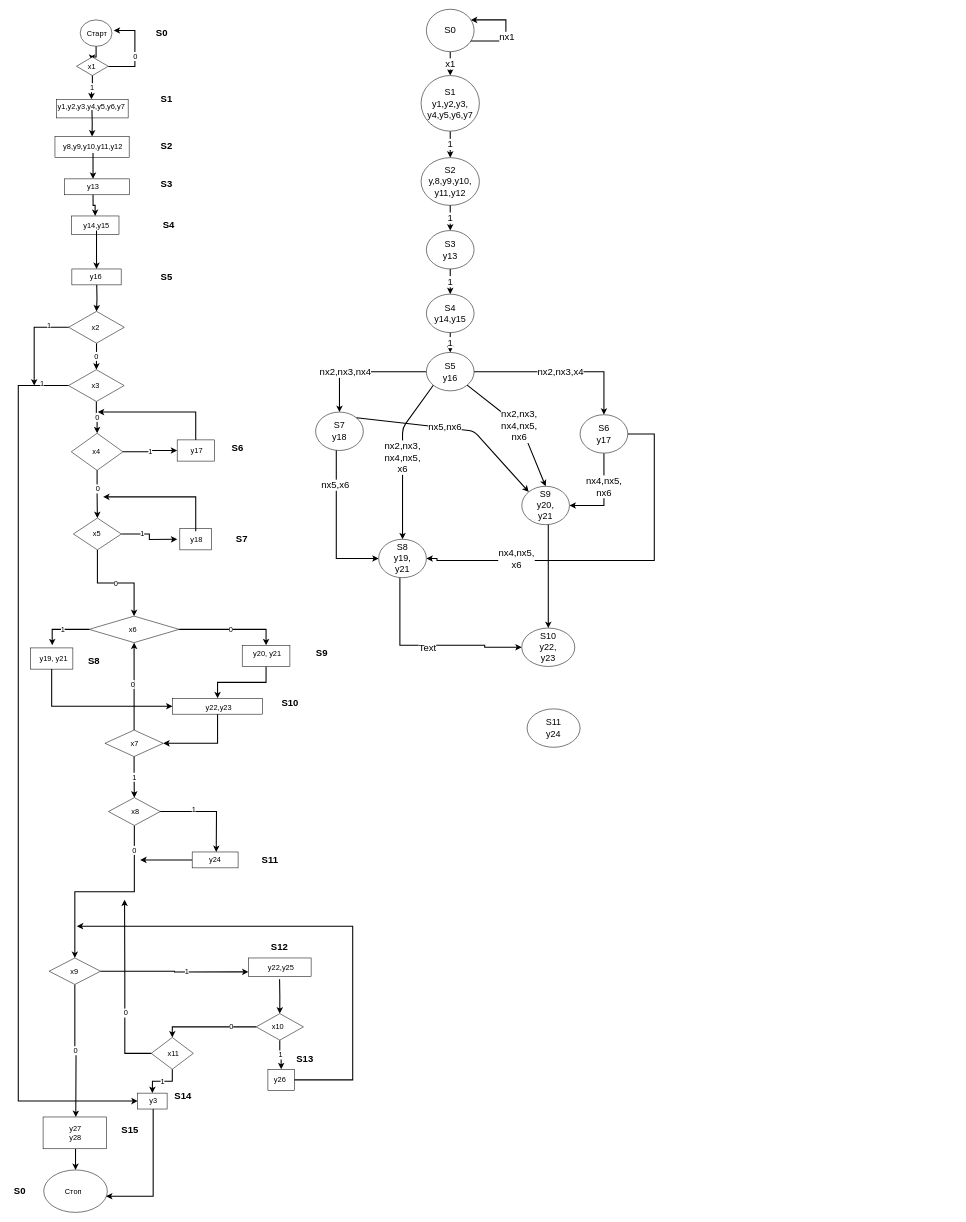
This is BTDLab2/asdn.drawio from Paremir/Asp.Net-1, a draw.io file, before an edit. Source tidied: cells renumbered, new cells numbered last; positions are measured from the earlier drawing's top-left corner, leaving out a move shared by most shapes. Both pictures are drawn from the tidied source at 53%, with x=0, y=0 at pixel (9, 9).
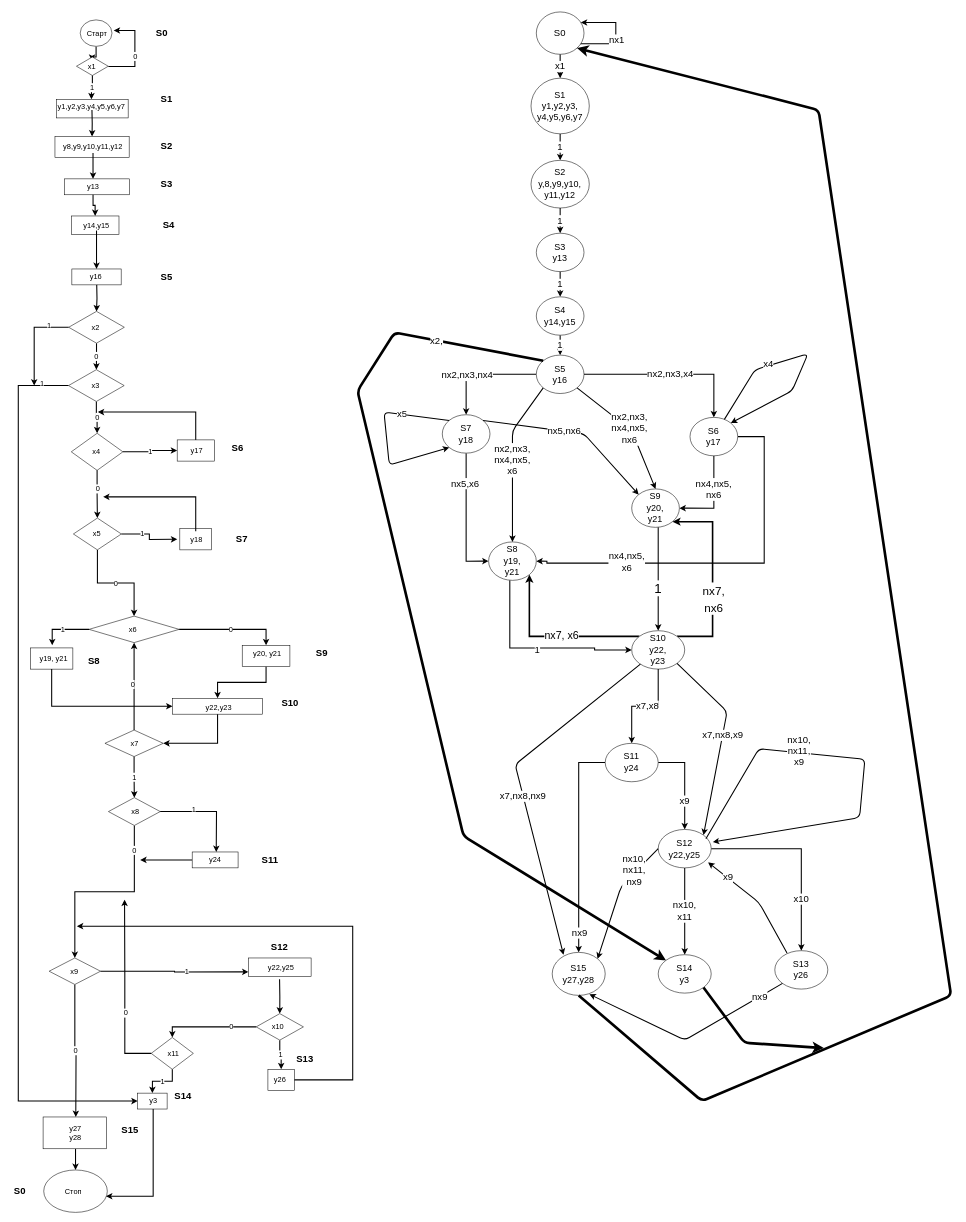
Above is the later version.

What changed in the source:
```diff
@@
     <mxCell id="125" style="edgeStyle=orthogonalEdgeStyle;rounded=0;orthogonalLoop=1;jettySize=auto;html=1;fontSize=18;strokeWidth=2;exitX=1;exitY=1;exitDx=0;exitDy=0;" parent="1" edge="1" source="127" target="127">
       <mxGeometry relative="1" as="geometry">
         <Array as="points">
-          <mxPoint x="937" y="60" />
-          <mxPoint x="937" y="20" />
+          <mxPoint x="1144.4" y="65" />
+          <mxPoint x="1144.4" y="25" />
         </Array>
       </mxGeometry>
     </mxCell>
@@
     <mxCell id="127" value="S0" style="ellipse;whiteSpace=wrap;html=1;fontSize=18;" parent="1" vertex="1">
-      <mxGeometry x="787" width="90" height="80" as="geometry" />
+      <mxGeometry x="994.4" y="5" width="90" height="80" as="geometry" />
     </mxCell>
@@
     <mxCell id="129" value="&lt;font style=&quot;font-size: 17px&quot;&gt;S1&lt;br&gt;&lt;font style=&quot;font-size: 17px&quot;&gt;y1&lt;/font&gt;,y2,y3,&lt;br&gt;y4,y5,y6,y7&lt;/font&gt;" style="ellipse;whiteSpace=wrap;html=1;fontSize=18;" parent="1" vertex="1">
-      <mxGeometry x="777" y="125" width="110" height="105" as="geometry" />
+      <mxGeometry x="984.4" y="130" width="110" height="105" as="geometry" />
     </mxCell>
@@
     <mxCell id="131" value="&lt;font style=&quot;font-size: 17px&quot;&gt;S2&lt;br&gt;y,8,y9,y10,&lt;br&gt;y11,y12&lt;br&gt;&lt;/font&gt;" style="ellipse;whiteSpace=wrap;html=1;fontSize=18;" parent="1" vertex="1">
-      <mxGeometry x="777" y="280" width="110" height="90" as="geometry" />
+      <mxGeometry x="984.4" y="285" width="110" height="90" as="geometry" />
     </mxCell>
@@
     <mxCell id="133" value="&lt;font style=&quot;font-size: 17px&quot;&gt;S3&lt;br&gt;y13&lt;br&gt;&lt;/font&gt;" style="ellipse;whiteSpace=wrap;html=1;fontSize=18;" parent="1" vertex="1">
-      <mxGeometry x="787" y="417.5" width="90" height="72.5" as="geometry" />
+      <mxGeometry x="994.4" y="422.5" width="90" height="72.5" as="geometry" />
     </mxCell>
@@
     <mxCell id="135" value="&lt;font style=&quot;font-size: 17px&quot;&gt;S4&lt;br&gt;y14,y15&lt;br&gt;&lt;/font&gt;" style="ellipse;whiteSpace=wrap;html=1;fontSize=18;" parent="1" vertex="1">
-      <mxGeometry x="787" y="537.5" width="90" height="72.5" as="geometry" />
+      <mxGeometry x="994.4" y="542.5" width="90" height="72.5" as="geometry" />
     </mxCell>
     <mxCell id="136" value="nx2,nx3,x4" style="edgeStyle=orthogonalEdgeStyle;rounded=0;jettySize=auto;html=1;fontSize=18;strokeWidth=2;entryX=0.5;entryY=0;entryDx=0;entryDy=0;" parent="1" edge="1" source="139" target="143">
       <mxGeometry relative="1" as="geometry">
         <Array as="points">
-          <mxPoint x="1122" y="684" />
+          <mxPoint x="1329.4" y="689" />
         </Array>
       </mxGeometry>
     </mxCell>
@@
     <mxCell id="139" value="&lt;font style=&quot;font-size: 17px&quot;&gt;S5&lt;br&gt;y16&lt;br&gt;&lt;/font&gt;" style="ellipse;whiteSpace=wrap;html=1;fontSize=18;" parent="1" vertex="1">
-      <mxGeometry x="787" y="647.5" width="90" height="72.5" as="geometry" />
+      <mxGeometry x="994.4" y="652.5" width="90" height="72.5" as="geometry" />
     </mxCell>
@@
     <mxCell id="141" style="edgeStyle=orthogonalEdgeStyle;rounded=0;jettySize=auto;html=1;fontSize=18;strokeWidth=2;entryX=1;entryY=0.5;entryDx=0;entryDy=0;" parent="1" edge="1" source="143" target="149">
       <mxGeometry relative="1" as="geometry">
         <Array as="points">
-          <mxPoint x="1217" y="801" />
-          <mxPoint x="1217" y="1040" />
-          <mxPoint x="807" y="1040" />
-          <mxPoint x="807" y="1036" />
+          <mxPoint x="1424.4" y="806" />
+          <mxPoint x="1424.4" y="1045" />
+          <mxPoint x="1014.4" y="1045" />
+          <mxPoint x="1014.4" y="1041" />
         </Array>
       </mxGeometry>
     </mxCell>
@@
     <mxCell id="143" value="&lt;font style=&quot;font-size: 17px&quot;&gt;S6&lt;br&gt;y17&lt;br&gt;&lt;/font&gt;" style="ellipse;whiteSpace=wrap;html=1;fontSize=18;" parent="1" vertex="1">
-      <mxGeometry x="1077" y="765" width="90" height="72.5" as="geometry" />
+      <mxGeometry x="1284.4" y="770" width="90" height="72.5" as="geometry" />
     </mxCell>
-    <mxCell id="144" style="edgeStyle=orthogonalEdgeStyle;rounded=0;jettySize=auto;html=1;fontSize=18;strokeWidth=2;entryX=0;entryY=0.5;entryDx=0;entryDy=0;" parent="1" edge="1" source="146" target="149">
+    <mxCell id="144" style="edgeStyle=orthogonalEdgeStyle;rounded=0;jettySize=auto;html=1;fontSize=18;strokeWidth=2;entryX=0;entryY=0.5;entryDx=0;entryDy=0;exitX=0.5;exitY=1;exitDx=0;exitDy=0;" parent="1" edge="1" source="146" target="149">
       <mxGeometry relative="1" as="geometry">
         <Array as="points">
-          <mxPoint x="617" y="1036" />
+          <mxPoint x="862.4" y="1041" />
         </Array>
       </mxGeometry>
     </mxCell>
@@
     <mxCell id="146" value="&lt;font style=&quot;font-size: 17px&quot;&gt;S7&lt;br&gt;y18&lt;br&gt;&lt;/font&gt;" style="ellipse;whiteSpace=wrap;html=1;fontSize=18;" parent="1" vertex="1">
-      <mxGeometry x="578" y="760" width="90" height="72.5" as="geometry" />
+      <mxGeometry x="817" y="765" width="90" height="72.5" as="geometry" />
     </mxCell>
     <mxCell id="147" style="edgeStyle=orthogonalEdgeStyle;rounded=0;jettySize=auto;html=1;fontSize=18;strokeWidth=2;entryX=0;entryY=0.5;entryDx=0;entryDy=0;" parent="1" edge="1" source="149" target="156">
       <mxGeometry relative="1" as="geometry">
         <Array as="points">
-          <mxPoint x="737" y="1200" />
-          <mxPoint x="897" y="1200" />
-          <mxPoint x="897" y="1204" />
+          <mxPoint x="944.4" y="1205" />
+          <mxPoint x="1104.4" y="1205" />
+          <mxPoint x="1104.4" y="1209" />
         </Array>
       </mxGeometry>
     </mxCell>
-    <mxCell id="148" value="Text" style="edgeLabel;html=1;align=center;verticalAlign=middle;fontSize=18;" parent="147" vertex="1">
+    <mxCell id="148" value="1" style="edgeLabel;html=1;align=center;verticalAlign=middle;fontSize=18;" parent="147" vertex="1">
       <mxGeometry x="-0.01" y="-4" relative="1" as="geometry" />
     </mxCell>
     <mxCell id="149" value="&lt;font style=&quot;font-size: 17px&quot;&gt;S8&lt;br&gt;y19,&lt;br&gt;y21&lt;br&gt;&lt;/font&gt;" style="ellipse;whiteSpace=wrap;html=1;fontSize=18;" parent="1" vertex="1">
-      <mxGeometry x="697" y="1000" width="90" height="72.5" as="geometry" />
+      <mxGeometry x="904.4" y="1005" width="90" height="72.5" as="geometry" />
     </mxCell>
     <mxCell id="150" style="edgeStyle=orthogonalEdgeStyle;rounded=0;jettySize=auto;html=1;entryX=0.5;entryY=0;entryDx=0;entryDy=0;fontSize=18;strokeWidth=2;" parent="1" edge="1" source="151" target="156">
       <mxGeometry relative="1" as="geometry">
         <Array as="points">
-          <mxPoint x="1017" y="1040" />
-          <mxPoint x="1017" y="1040" />
+          <mxPoint x="1224.4" y="1045" />
+          <mxPoint x="1224.4" y="1045" />
         </Array>
       </mxGeometry>
     </mxCell>
+    <mxCell id="158" value="1" style="edgeLabel;html=1;align=center;verticalAlign=middle;fontSize=25;" parent="150" vertex="1">
+      <mxGeometry x="0.17" y="-1" relative="1" as="geometry" />
+    </mxCell>
     <mxCell id="151" value="&lt;font style=&quot;font-size: 17px&quot;&gt;S9&lt;br&gt;y20,&lt;br&gt;y21&lt;br&gt;&lt;/font&gt;" style="ellipse;whiteSpace=wrap;html=1;fontSize=18;" parent="1" vertex="1">
-      <mxGeometry x="967" y="900" width="90" height="72.5" as="geometry" />
+      <mxGeometry x="1174.4" y="905" width="90" height="72.5" as="geometry" />
     </mxCell>
     <mxCell id="152" value="nx2,nx3,&lt;br&gt;nx4,nx5,&lt;br&gt;x6" style="endArrow=classic;html=1;fontSize=18;strokeWidth=2;exitX=0;exitY=1;exitDx=0;exitDy=0;entryX=0.5;entryY=0;entryDx=0;entryDy=0;" parent="1" edge="1" source="139" target="149">
       <mxGeometry relative="1" as="geometry">
         <Array as="points">
-          <mxPoint x="742" y="790" />
+          <mxPoint x="949.4" y="795" />
         </Array>
       </mxGeometry>
     </mxCell>
     <mxCell id="153" value="nx2,nx3,&lt;br&gt;nx4,nx5,&lt;br&gt;nx6" style="endArrow=classic;html=1;fontSize=18;strokeWidth=2;exitX=1;exitY=1;exitDx=0;exitDy=0;entryX=0.5;entryY=0;entryDx=0;entryDy=0;" parent="1" edge="1" source="139" target="151">
       <mxGeometry relative="1" as="geometry">
         <Array as="points">
-          <mxPoint x="967" y="790" />
+          <mxPoint x="1174.4" y="795" />
         </Array>
       </mxGeometry>
     </mxCell>
     <mxCell id="154" style="endArrow=classic;html=1;fontSize=18;strokeWidth=2;entryX=0;entryY=0;entryDx=0;entryDy=0;exitX=1;exitY=0;exitDx=0;exitDy=0;" parent="1" edge="1" source="146" target="151">
       <mxGeometry relative="1" as="geometry">
         <Array as="points">
-          <mxPoint x="877" y="796" />
+          <mxPoint x="1084.4" y="801" />
         </Array>
       </mxGeometry>
     </mxCell>
@@
+    <mxCell id="159" value="x7,x8" style="edgeStyle=orthogonalEdgeStyle;rounded=0;jettySize=auto;html=1;entryX=0.5;entryY=0;entryDx=0;entryDy=0;fontSize=18;strokeWidth=2;" parent="1" edge="1" source="156" target="157">
+      <mxGeometry x="-0.05" relative="1" as="geometry" />
+    </mxCell>
+    <mxCell id="160" style="edgeStyle=orthogonalEdgeStyle;rounded=0;jettySize=auto;html=1;exitX=0;exitY=0;exitDx=0;exitDy=0;entryX=1;entryY=1;entryDx=0;entryDy=0;fontSize=25;strokeWidth=3;" parent="1" edge="1" source="156" target="149">
+      <mxGeometry relative="1" as="geometry" />
+    </mxCell>
+    <mxCell id="161" value="&lt;font style=&quot;font-size: 20px&quot;&gt;nx7, x6&lt;/font&gt;" style="edgeLabel;html=1;align=center;verticalAlign=middle;fontSize=25;" parent="160" vertex="1">
+      <mxGeometry x="-0.09" y="-5" relative="1" as="geometry" />
+    </mxCell>
+    <mxCell id="162" style="edgeStyle=orthogonalEdgeStyle;rounded=0;jettySize=auto;html=1;exitX=1;exitY=0;exitDx=0;exitDy=0;entryX=1;entryY=1;entryDx=0;entryDy=0;fontSize=25;strokeWidth=3;" parent="1" edge="1" source="156" target="151">
+      <mxGeometry relative="1" as="geometry">
+        <Array as="points">
+          <mxPoint x="1327" y="1183" />
+          <mxPoint x="1327" y="967" />
+        </Array>
+      </mxGeometry>
+    </mxCell>
+    <mxCell id="163" value="&lt;font style=&quot;font-size: 22px&quot;&gt;&lt;font style=&quot;font-size: 22px&quot;&gt;nx7,&lt;br&gt;&lt;/font&gt;nx6&lt;/font&gt;" style="edgeLabel;html=1;align=center;verticalAlign=middle;fontSize=25;" parent="162" vertex="1">
+      <mxGeometry x="-0.23" y="-1" relative="1" as="geometry">
+        <mxPoint y="-1" as="offset" />
+      </mxGeometry>
+    </mxCell>
     <mxCell id="156" value="&lt;font style=&quot;font-size: 17px&quot;&gt;S10&lt;br&gt;y22,&lt;br&gt;y23&lt;br&gt;&lt;/font&gt;" style="ellipse;whiteSpace=wrap;html=1;fontSize=18;" parent="1" vertex="1">
-      <mxGeometry x="967" y="1167.5" width="100" height="72.5" as="geometry" />
+      <mxGeometry x="1174.4" y="1172.5" width="100" height="72.5" as="geometry" />
     </mxCell>
+    <mxCell id="164" style="edgeStyle=orthogonalEdgeStyle;rounded=0;jettySize=auto;html=1;fontSize=18;strokeWidth=2;entryX=0.5;entryY=0;entryDx=0;entryDy=0;" parent="1" edge="1" source="157" target="168">
+      <mxGeometry relative="1" as="geometry">
+        <Array as="points">
+          <mxPoint x="1074.4" y="1421" />
+        </Array>
+      </mxGeometry>
+    </mxCell>
+    <mxCell id="165" value="nx9" style="edgeLabel;html=1;align=center;verticalAlign=middle;fontSize=18;" parent="164" vertex="1">
+      <mxGeometry x="0.82" y="1" relative="1" as="geometry" />
+    </mxCell>
+    <mxCell id="166" style="edgeStyle=orthogonalEdgeStyle;rounded=0;jettySize=auto;html=1;fontSize=18;strokeWidth=2;entryX=0.5;entryY=0;entryDx=0;entryDy=0;" parent="1" edge="1" source="157" target="171">
+      <mxGeometry relative="1" as="geometry">
+        <Array as="points">
+          <mxPoint x="1274.4" y="1421" />
+        </Array>
+      </mxGeometry>
+    </mxCell>
+    <mxCell id="167" value="x9" style="edgeLabel;html=1;align=center;verticalAlign=middle;fontSize=18;" parent="166" vertex="1">
+      <mxGeometry x="0.38" y="-1" relative="1" as="geometry" />
+    </mxCell>
     <mxCell id="157" value="&lt;font style=&quot;font-size: 17px&quot;&gt;S11&lt;br&gt;y24&lt;br&gt;&lt;/font&gt;" style="ellipse;whiteSpace=wrap;html=1;fontSize=18;" parent="1" vertex="1">
-      <mxGeometry x="977" y="1320" width="100" height="72.5" as="geometry" />
+      <mxGeometry x="1124.4" y="1385" width="100" height="72.5" as="geometry" />
     </mxCell>
+    <mxCell id="168" value="&lt;font style=&quot;font-size: 17px&quot;&gt;S15&lt;br&gt;y27,y28&lt;br&gt;&lt;/font&gt;" style="ellipse;whiteSpace=wrap;html=1;fontSize=18;" parent="1" vertex="1">
+      <mxGeometry x="1024.4" y="1779.4" width="100" height="81.2" as="geometry" />
+    </mxCell>
+    <mxCell id="169" value="x10" style="edgeStyle=orthogonalEdgeStyle;rounded=0;jettySize=auto;html=1;entryX=0.5;entryY=0;entryDx=0;entryDy=0;fontSize=18;strokeWidth=2;" parent="1" edge="1" source="171" target="174">
+      <mxGeometry x="0.46" relative="1" as="geometry" />
+    </mxCell>
+    <mxCell id="170" value="nx10,&lt;br&gt;x11" style="edgeStyle=orthogonalEdgeStyle;rounded=0;jettySize=auto;html=1;entryX=0.5;entryY=0;entryDx=0;entryDy=0;fontSize=18;strokeWidth=2;" parent="1" edge="1" source="171" target="175">
+      <mxGeometry relative="1" as="geometry" />
+    </mxCell>
+    <mxCell id="171" value="&lt;font style=&quot;font-size: 17px&quot;&gt;S12&lt;br&gt;y22,y25&lt;br&gt;&lt;/font&gt;" style="ellipse;whiteSpace=wrap;html=1;fontSize=18;" parent="1" vertex="1">
+      <mxGeometry x="1224.4" y="1547.5" width="100" height="72.5" as="geometry" />
+    </mxCell>
+    <mxCell id="172" style="endArrow=classic;html=1;fontSize=18;strokeWidth=2;entryX=1;entryY=0;entryDx=0;entryDy=0;exitX=1;exitY=1;exitDx=0;exitDy=0;" parent="1" edge="1" source="156" target="171">
+      <mxGeometry relative="1" as="geometry">
+        <Array as="points">
+          <mxPoint x="1354.4" y="1325" />
+        </Array>
+      </mxGeometry>
+    </mxCell>
+    <mxCell id="173" value="x7,nx8,x9" style="edgeLabel;html=1;align=center;verticalAlign=middle;fontSize=18;" parent="172" vertex="1">
+      <mxGeometry x="-0.04" y="-1" relative="1" as="geometry">
+        <mxPoint x="1" as="offset" />
+      </mxGeometry>
+    </mxCell>
+    <mxCell id="174" value="&lt;font style=&quot;font-size: 17px&quot;&gt;S13&lt;br&gt;y26&lt;br&gt;&lt;/font&gt;" style="ellipse;whiteSpace=wrap;html=1;fontSize=18;" parent="1" vertex="1">
+      <mxGeometry x="1444.4" y="1776.2" width="100" height="72.5" as="geometry" />
+    </mxCell>
+    <mxCell id="175" value="&lt;font style=&quot;font-size: 17px&quot;&gt;S14&lt;br&gt;y3&lt;br&gt;&lt;/font&gt;" style="ellipse;whiteSpace=wrap;html=1;fontSize=18;" parent="1" vertex="1">
+      <mxGeometry x="1224.4" y="1783.8" width="100" height="72.5" as="geometry" />
+    </mxCell>
+    <mxCell id="176" style="endArrow=classic;html=1;fontSize=18;strokeWidth=2;entryX=0.214;entryY=0.057;entryDx=0;entryDy=0;entryPerimeter=0;" parent="1" edge="1" source="156" target="168">
+      <mxGeometry relative="1" as="geometry">
+        <Array as="points">
+          <mxPoint x="954.4" y="1425" />
+        </Array>
+      </mxGeometry>
+    </mxCell>
+    <mxCell id="177" value="x7,nx8,nx9" style="edgeLabel;html=1;align=center;verticalAlign=middle;fontSize=18;" parent="176" vertex="1">
+      <mxGeometry x="0.08" y="-1" relative="1" as="geometry" />
+    </mxCell>
+    <mxCell id="178" style="endArrow=classic;html=1;fontSize=18;strokeWidth=2;entryX=1;entryY=0;entryDx=0;entryDy=0;exitX=0;exitY=0.5;exitDx=0;exitDy=0;" parent="1" edge="1" source="171" target="168">
+      <mxGeometry relative="1" as="geometry">
+        <Array as="points">
+          <mxPoint x="1154.4" y="1655" />
+        </Array>
+      </mxGeometry>
+    </mxCell>
+    <mxCell id="179" value="nx10,&lt;br&gt;nx11,&lt;br&gt;nx9" style="edgeLabel;html=1;align=center;verticalAlign=middle;fontSize=18;" parent="178" vertex="1">
+      <mxGeometry x="-0.5" y="-4" relative="1" as="geometry" />
+    </mxCell>
+    <mxCell id="180" style="endArrow=classic;html=1;fontSize=18;strokeWidth=2;entryX=0.942;entryY=0.857;entryDx=0;entryDy=0;entryPerimeter=0;exitX=0.23;exitY=0.063;exitDx=0;exitDy=0;exitPerimeter=0;" parent="1" edge="1" source="174" target="171">
+      <mxGeometry relative="1" as="geometry">
+        <Array as="points">
+          <mxPoint x="1414.4" y="1685" />
+        </Array>
+      </mxGeometry>
+    </mxCell>
+    <mxCell id="181" value="x9" style="edgeLabel;html=1;align=center;verticalAlign=middle;fontSize=18;" parent="180" vertex="1">
+      <mxGeometry x="0.6" y="-1" relative="1" as="geometry" />
+    </mxCell>
+    <mxCell id="182" style="endArrow=classic;html=1;fontSize=18;strokeWidth=2;entryX=0.702;entryY=0.973;entryDx=0;entryDy=0;entryPerimeter=0;exitX=0;exitY=1;exitDx=0;exitDy=0;" parent="1" edge="1" source="174" target="168">
+      <mxGeometry relative="1" as="geometry">
+        <Array as="points">
+          <mxPoint x="1274.4" y="1945" />
+        </Array>
+      </mxGeometry>
+    </mxCell>
+    <mxCell id="183" value="nx9" style="edgeLabel;html=1;align=center;verticalAlign=middle;fontSize=18;" parent="182" vertex="1">
+      <mxGeometry x="-0.76" y="-1" relative="1" as="geometry" />
+    </mxCell>
+    <mxCell id="184" style="endArrow=classic;html=1;fontSize=18;strokeWidth=2;entryX=1.03;entryY=0.327;entryDx=0;entryDy=0;entryPerimeter=0;" parent="1" edge="1" target="171">
+      <mxGeometry relative="1" as="geometry">
+        <mxPoint x="1314.4" y="1565" as="sourcePoint" />
+        <Array as="points">
+          <mxPoint x="1414.4" y="1395" />
+          <mxPoint x="1614.4" y="1415" />
+          <mxPoint x="1604.4" y="1525" />
+        </Array>
+      </mxGeometry>
+    </mxCell>
+    <mxCell id="185" value="nx10,&lt;br&gt;nx11,&lt;br&gt;x9" style="edgeLabel;html=1;align=center;verticalAlign=middle;fontSize=18;" parent="184" vertex="1">
+      <mxGeometry x="-0.31" y="3" relative="1" as="geometry" />
+    </mxCell>
+    <mxCell id="186" style="endArrow=classic;html=1;fontSize=18;strokeWidth=2;exitX=0;exitY=0;exitDx=0;exitDy=0;entryX=0;entryY=1;entryDx=0;entryDy=0;" parent="1" edge="1" source="146" target="146">
+      <mxGeometry relative="1" as="geometry">
+        <Array as="points">
+          <mxPoint x="707" y="760" />
+          <mxPoint x="717" y="860" />
+        </Array>
+      </mxGeometry>
+    </mxCell>
+    <mxCell id="187" value="x5" style="edgeLabel;html=1;align=center;verticalAlign=middle;fontSize=18;" parent="186" vertex="1">
+      <mxGeometry x="-0.47" y="-2" relative="1" as="geometry" />
+    </mxCell>
+    <mxCell id="188" style="endArrow=classic;html=1;fontSize=18;strokeWidth=2;entryX=1;entryY=0;entryDx=0;entryDy=0;" parent="1" edge="1" source="143" target="143">
+      <mxGeometry relative="1" as="geometry">
+        <Array as="points">
+          <mxPoint x="1407" y="680" />
+          <mxPoint x="1507" y="650" />
+          <mxPoint x="1477" y="720" />
+        </Array>
+      </mxGeometry>
+    </mxCell>
+    <mxCell id="189" value="x4" style="edgeLabel;html=1;align=center;verticalAlign=middle;fontSize=18;" parent="188" vertex="1">
+      <mxGeometry x="-0.35" y="3" relative="1" as="geometry" />
+    </mxCell>
+    <mxCell id="190" style="endArrow=classic;html=1;fontSize=25;strokeWidth=5;exitX=0;exitY=0;exitDx=0;exitDy=0;entryX=0;entryY=0;entryDx=0;entryDy=0;" parent="1" edge="1" source="139" target="175">
+      <mxGeometry relative="1" as="geometry">
+        <Array as="points">
+          <mxPoint x="727" y="610" />
+          <mxPoint x="657" y="720" />
+          <mxPoint x="857" y="1560" />
+        </Array>
+      </mxGeometry>
+    </mxCell>
+    <mxCell id="191" value="x2," style="edgeLabel;html=1;align=center;verticalAlign=middle;fontSize=18;" parent="190" vertex="1">
+      <mxGeometry x="-0.79" y="-4" relative="1" as="geometry">
+        <mxPoint x="-25" as="offset" />
+      </mxGeometry>
+    </mxCell>
+    <mxCell id="192" style="endArrow=classic;html=1;fontSize=25;strokeWidth=5;exitX=0.5;exitY=1;exitDx=0;exitDy=0;entryX=1;entryY=1;entryDx=0;entryDy=0;" parent="1" edge="1" source="168" target="127">
+      <mxGeometry relative="1" as="geometry">
+        <Array as="points">
+          <mxPoint x="1307" y="2060" />
+          <mxPoint x="1777" y="1861" />
+          <mxPoint x="1527" y="190" />
+        </Array>
+      </mxGeometry>
+    </mxCell>
+    <mxCell id="193" style="endArrow=classic;html=1;fontSize=25;strokeWidth=5;exitX=1;exitY=1;exitDx=0;exitDy=0;" parent="1" edge="1" source="175">
+      <mxGeometry relative="1" as="geometry">
+        <mxPoint x="1537" y="1960" as="targetPoint" />
+        <Array as="points">
+          <mxPoint x="1387" y="1950" />
+        </Array>
+      </mxGeometry>
+    </mxCell>
```
